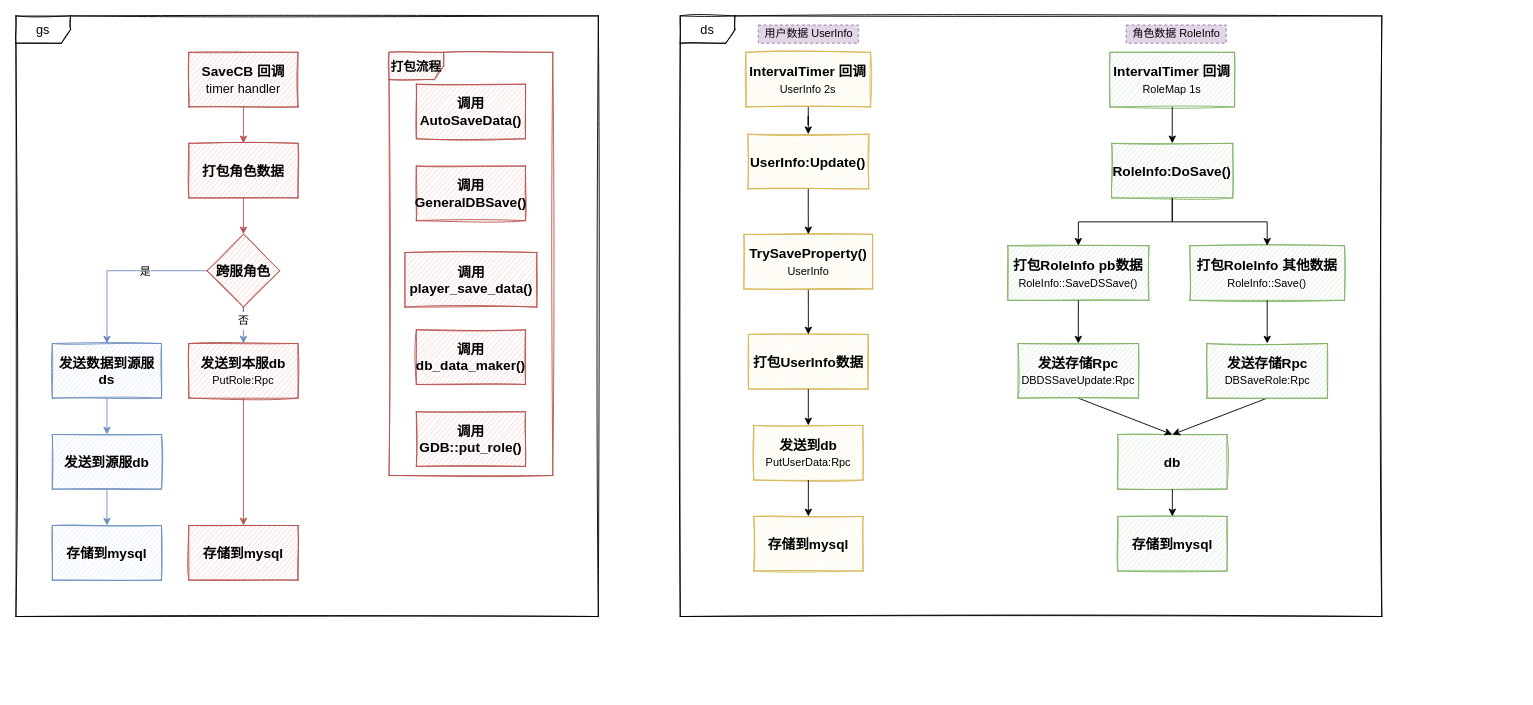
The draw.io diagram page "数据存储过程" (12 of 13) of i-server.drawio in hsoul/lqua, before the edit. Source tidied: cells renumbered, new cells numbered last; positions are measured from the earlier drawing's top-left corner, leaving out a move shared by most shapes. Both pictures are drawn from the tidied source at 91%, with x=0, y=0 at pixel (15, 15).
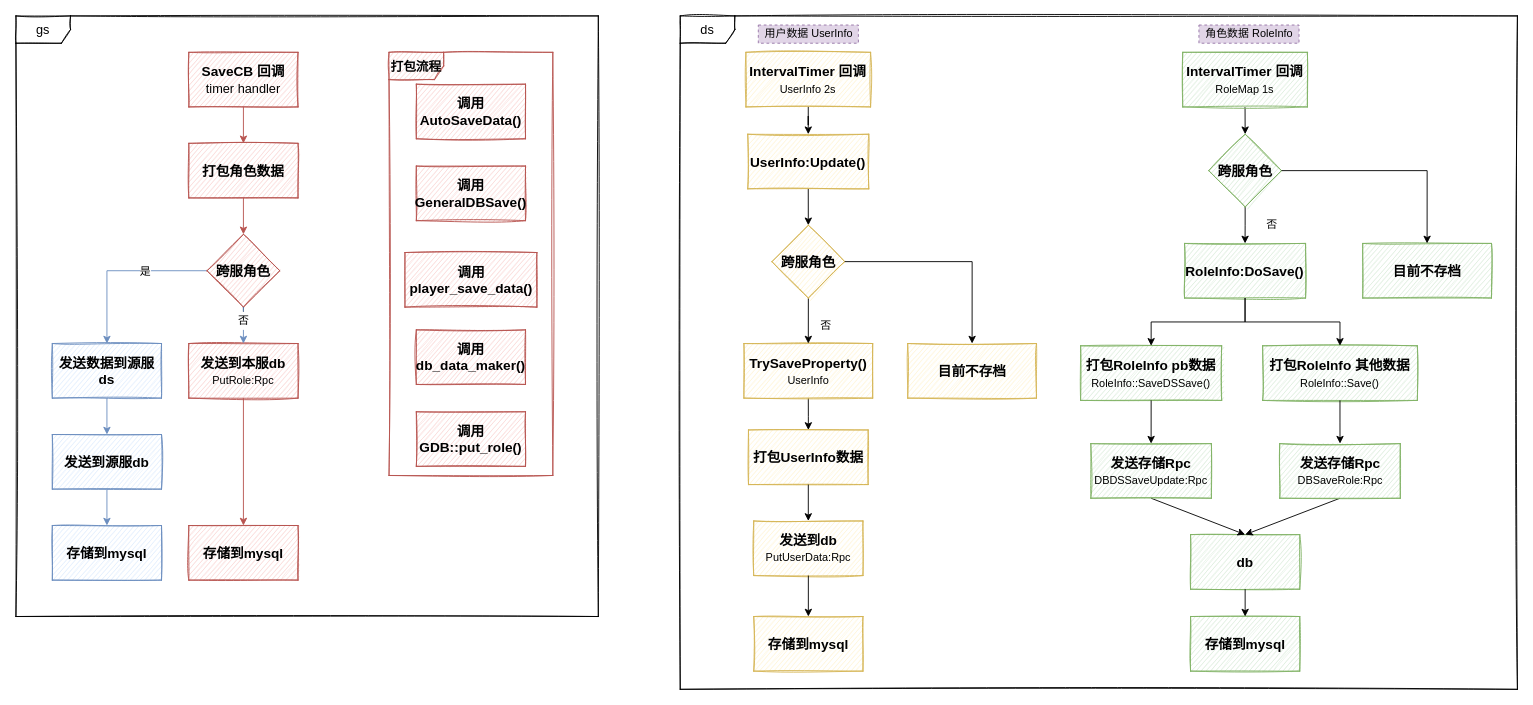
After the change.

Unchanged cells that the change refers to:
```xml
<mxCell id="32" value="IntervalTimer 回调&lt;br&gt;&lt;span style=&quot;font-weight: normal&quot;&gt;&lt;font style=&quot;font-size: 12px&quot;&gt;RoleMap 1s&lt;/font&gt;&lt;/span&gt;" style="rounded=0;whiteSpace=wrap;html=1;fontSize=15;fontStyle=1;sketch=1;fillColor=#d5e8d4;strokeColor=#82b366;" parent="31" vertex="1">
  <mxGeometry x="112.2" width="137" height="60" as="geometry" />
</mxCell>
<mxCell id="49" style="group;sketch=0;" parent="1" vertex="1">
  <mxGeometry x="800" y="40" width="141.5" height="570" as="geometry" />
</mxCell>
<mxCell id="51" value="UserInfo:Update()" style="rounded=0;whiteSpace=wrap;html=1;fontSize=15;fontStyle=1;sketch=1;fillColor=#fff2cc;strokeColor=#d6b656;" parent="49" vertex="1">
  <mxGeometry x="4.2" y="90" width="133" height="60" as="geometry" />
</mxCell>
```

Diff of the diagram source:
```diff
@@
     <mxCell id="2" value="ds" style="shape=umlFrame;whiteSpace=wrap;html=1;fontSize=14;sketch=1;" parent="1" vertex="1">
-      <mxGeometry x="730" width="771" height="660" as="geometry" />
+      <mxGeometry x="730" width="920" height="740" as="geometry" />
     </mxCell>
@@
     <mxCell id="31" style="group;" parent="1" vertex="1">
-      <mxGeometry x="1090" y="40" width="370" height="570" as="geometry" />
+      <mxGeometry x="1170" y="40" width="370" height="570" as="geometry" />
     </mxCell>
+    <mxCell id="64" style="edgeStyle=orthogonalEdgeStyle;rounded=0;sketch=0;jettySize=auto;html=1;exitX=0.5;exitY=1;exitDx=0;exitDy=0;entryX=0.5;entryY=0;entryDx=0;entryDy=0;fontSize=12;startArrow=none;startFill=0;endArrow=classic;endFill=1;align=center;" parent="31" edge="1" source="32" target="66">
+      <mxGeometry relative="1" as="geometry" />
+    </mxCell>
@@
     <mxCell id="33" value="RoleInfo:DoSave()" style="rounded=0;whiteSpace=wrap;html=1;fontSize=15;fontStyle=1;sketch=1;fillColor=#d5e8d4;strokeColor=#82b366;" parent="31" vertex="1">
-      <mxGeometry x="114.2" y="100" width="133" height="60" as="geometry" />
+      <mxGeometry x="114.2" y="210" width="133" height="60" as="geometry" />
     </mxCell>
-    <mxCell id="34" style="edgeStyle=orthogonalEdgeStyle;rounded=0;sketch=0;jettySize=auto;html=1;exitX=0.5;exitY=1;exitDx=0;exitDy=0;fontSize=12;startArrow=none;startFill=0;endArrow=classic;endFill=1;" parent="31" edge="1" source="32" target="33">
-      <mxGeometry relative="1" as="geometry" />
-    </mxCell>
     <mxCell id="35" value="打包RoleInfo pb数据&lt;br&gt;&lt;span style=&quot;font-weight: normal&quot;&gt;&lt;font style=&quot;font-size: 12px&quot;&gt;RoleInfo::SaveDSSave()&lt;/font&gt;&lt;/span&gt;" style="rounded=0;whiteSpace=wrap;html=1;fontSize=15;fontStyle=1;sketch=1;fillColor=#d5e8d4;strokeColor=#82b366;" parent="31" vertex="1">
-      <mxGeometry y="212.5" width="155" height="60" as="geometry" />
+      <mxGeometry y="322.5" width="155" height="60" as="geometry" />
     </mxCell>
@@
     <mxCell id="38" value="db" style="rounded=0;whiteSpace=wrap;html=1;fontSize=15;fontStyle=1;sketch=1;fillColor=#d5e8d4;strokeColor=#82b366;" parent="31" vertex="1">
-      <mxGeometry x="120.8" y="420" width="120" height="60" as="geometry" />
+      <mxGeometry x="120.8" y="530" width="120" height="60" as="geometry" />
     </mxCell>
     <mxCell id="39" value="打包RoleInfo 其他数据&lt;br&gt;&lt;span style=&quot;font-weight: normal&quot;&gt;&lt;font style=&quot;font-size: 12px&quot;&gt;RoleInfo::Save()&lt;/font&gt;&lt;/span&gt;" style="rounded=0;whiteSpace=wrap;html=1;fontSize=15;fontStyle=1;sketch=1;fillColor=#d5e8d4;strokeColor=#82b366;" parent="31" vertex="1">
-      <mxGeometry x="200" y="212.5" width="170" height="60" as="geometry" />
+      <mxGeometry x="200" y="322.5" width="170" height="60" as="geometry" />
     </mxCell>
@@
     <mxCell id="42" value="发送存储Rpc&lt;br&gt;&lt;font style=&quot;font-size: 12px ; font-weight: normal&quot;&gt;DBDSSaveUpdate:Rpc&lt;/font&gt;" style="rounded=0;whiteSpace=wrap;html=1;fontSize=15;fontStyle=1;sketch=1;fillColor=#d5e8d4;strokeColor=#82b366;" parent="31" vertex="1">
-      <mxGeometry x="11.2" y="320" width="132.5" height="60" as="geometry" />
+      <mxGeometry x="11.2" y="430" width="132.5" height="60" as="geometry" />
     </mxCell>
@@
     <mxCell id="45" value="发送存储Rpc&lt;br&gt;&lt;font style=&quot;font-size: 12px ; font-weight: normal&quot;&gt;DBSaveRole:Rpc&lt;/font&gt;" style="rounded=0;whiteSpace=wrap;html=1;fontSize=15;fontStyle=1;sketch=1;fillColor=#d5e8d4;strokeColor=#82b366;" parent="31" vertex="1">
-      <mxGeometry x="218.8" y="320" width="132.5" height="60" as="geometry" />
+      <mxGeometry x="218.8" y="430" width="132.5" height="60" as="geometry" />
     </mxCell>
@@
     <mxCell id="47" value="存储到mysql" style="rounded=0;whiteSpace=wrap;html=1;fontSize=15;fontStyle=1;sketch=1;fillColor=#d5e8d4;strokeColor=#82b366;" parent="31" vertex="1">
-      <mxGeometry x="120.8" y="510" width="120" height="60" as="geometry" />
+      <mxGeometry x="120.8" y="620" width="120" height="60" as="geometry" />
     </mxCell>
@@
+    <mxCell id="65" style="edgeStyle=orthogonalEdgeStyle;rounded=0;sketch=0;jettySize=auto;html=1;exitX=0.5;exitY=1;exitDx=0;exitDy=0;entryX=0.5;entryY=0;entryDx=0;entryDy=0;fontSize=12;startArrow=none;startFill=0;endArrow=classic;endFill=1;align=center;" parent="31" edge="1" source="66" target="33">
+      <mxGeometry relative="1" as="geometry" />
+    </mxCell>
+    <mxCell id="66" value="跨服角色" style="rhombus;whiteSpace=wrap;html=1;strokeColor=#82b366;fontSize=15;fontStyle=1;sketch=1;fillColor=#d5e8d4;" parent="31" vertex="1">
+      <mxGeometry x="140.8" y="90" width="80" height="80" as="geometry" />
+    </mxCell>
@@
+    <mxCell id="67" style="edgeStyle=none;rounded=0;sketch=0;jettySize=auto;html=1;exitX=0.5;exitY=1;exitDx=0;exitDy=0;fontSize=12;startArrow=none;startFill=0;endArrow=classic;endFill=1;align=center;" parent="49" edge="1" source="51" target="69">
+      <mxGeometry relative="1" as="geometry" />
+    </mxCell>
@@
     <mxCell id="53" value="打包UserInfo数据" style="rounded=0;whiteSpace=wrap;html=1;fontSize=15;fontStyle=1;sketch=1;fillColor=#fff2cc;strokeColor=#d6b656;" parent="49" vertex="1">
-      <mxGeometry x="5" y="310" width="131.5" height="60" as="geometry" />
+      <mxGeometry x="5" y="415" width="131.5" height="60" as="geometry" />
     </mxCell>
@@
     <mxCell id="55" value="TrySaveProperty()&lt;br&gt;&lt;span style=&quot;font-weight: normal&quot;&gt;&lt;font style=&quot;font-size: 12px&quot;&gt;UserInfo&lt;/font&gt;&lt;/span&gt;" style="rounded=0;whiteSpace=wrap;html=1;fontSize=15;fontStyle=1;sketch=1;fillColor=#fff2cc;strokeColor=#d6b656;" parent="49" vertex="1">
-      <mxGeometry y="200" width="141.5" height="60" as="geometry" />
+      <mxGeometry y="320" width="141.5" height="60" as="geometry" />
     </mxCell>
-    <mxCell id="56" style="edgeStyle=orthogonalEdgeStyle;rounded=0;sketch=0;jettySize=auto;html=1;exitX=0.5;exitY=1;exitDx=0;exitDy=0;entryX=0.5;entryY=0;entryDx=0;entryDy=0;fontSize=12;startArrow=none;startFill=0;endArrow=classic;endFill=1;" parent="49" edge="1" source="51" target="55">
-      <mxGeometry relative="1" as="geometry" />
-    </mxCell>
@@
     <mxCell id="58" value="发送到db&lt;br&gt;&lt;font style=&quot;font-size: 12px ; font-weight: normal&quot;&gt;PutUserData:Rpc&lt;/font&gt;" style="rounded=0;whiteSpace=wrap;html=1;fontSize=15;fontStyle=1;sketch=1;fillColor=#fff2cc;strokeColor=#d6b656;" parent="49" vertex="1">
-      <mxGeometry x="10.8" y="410" width="120" height="60" as="geometry" />
+      <mxGeometry x="10.8" y="515" width="120" height="60" as="geometry" />
     </mxCell>
@@
+    <mxCell id="68" style="edgeStyle=none;rounded=0;sketch=0;jettySize=auto;html=1;exitX=0.5;exitY=1;exitDx=0;exitDy=0;entryX=0.5;entryY=0;entryDx=0;entryDy=0;fontSize=12;startArrow=none;startFill=0;endArrow=classic;endFill=1;align=center;" parent="49" edge="1" source="69" target="55">
+      <mxGeometry relative="1" as="geometry" />
+    </mxCell>
+    <mxCell id="69" value="跨服角色" style="rhombus;whiteSpace=wrap;html=1;strokeColor=#d6b656;fontSize=15;fontStyle=1;sketch=1;fillColor=#fff2cc;" parent="49" vertex="1">
+      <mxGeometry x="30.8" y="190" width="80" height="80" as="geometry" />
+    </mxCell>
+    <mxCell id="62" value="用户数据 UserInfo" style="text;html=1;align=center;verticalAlign=middle;fontSize=12;dashed=1;strokeColor=#9673a6;fillColor=#e1d5e7;" parent="1" vertex="1">
+      <mxGeometry x="815.8" y="10" width="110" height="20" as="geometry" />
+    </mxCell>
+    <mxCell id="63" value="角色数据 RoleInfo" style="text;html=1;align=center;verticalAlign=middle;fontSize=12;dashed=1;strokeColor=#9673a6;fillColor=#e1d5e7;" parent="1" vertex="1">
+      <mxGeometry x="1300" y="10" width="110" height="20" as="geometry" />
+    </mxCell>
+    <mxCell id="70" value="否" style="text;html=1;align=center;verticalAlign=middle;strokeColor=none;fontSize=12;" parent="1" vertex="1">
+      <mxGeometry x="875" y="330" width="30" height="20" as="geometry" />
+    </mxCell>
+    <mxCell id="71" style="edgeStyle=orthogonalEdgeStyle;rounded=0;sketch=0;jettySize=auto;html=1;exitX=1;exitY=0.5;exitDx=0;exitDy=0;fontSize=12;startArrow=none;startFill=0;endArrow=classic;endFill=1;align=center;entryX=0.5;entryY=0;entryDx=0;entryDy=0;" parent="1" edge="1" source="69" target="72">
+      <mxGeometry relative="1" as="geometry" />
+    </mxCell>
+    <mxCell id="72" value="目前不存档" style="rounded=0;whiteSpace=wrap;html=1;fontSize=15;fontStyle=1;sketch=1;fillColor=#fff2cc;strokeColor=#d6b656;" parent="1" vertex="1">
+      <mxGeometry x="980" y="360" width="141.5" height="60" as="geometry" />
+    </mxCell>
-    <mxCell id="60" value="存储到mysql" style="rounded=0;whiteSpace=wrap;html=1;fontSize=15;fontStyle=1;sketch=1;fillColor=#fff2cc;strokeColor=#d6b656;" parent="49" vertex="1">
-      <mxGeometry x="10.8" y="510" width="120" height="60" as="geometry" />
+    <mxCell id="60" value="存储到mysql" style="rounded=0;whiteSpace=wrap;html=1;fontSize=15;fontStyle=1;sketch=1;fillColor=#fff2cc;strokeColor=#d6b656;" parent="1" vertex="1">
+      <mxGeometry x="810.8" y="660" width="120" height="60" as="geometry" />
     </mxCell>
-    <mxCell id="61" style="edgeStyle=orthogonalEdgeStyle;rounded=0;sketch=0;jettySize=auto;html=1;exitX=0.5;exitY=1;exitDx=0;exitDy=0;entryX=0.5;entryY=0;entryDx=0;entryDy=0;fontSize=12;startArrow=none;startFill=0;endArrow=classic;endFill=1;" parent="49" edge="1" source="58" target="60">
+    <mxCell id="61" style="edgeStyle=orthogonalEdgeStyle;rounded=0;sketch=0;jettySize=auto;html=1;exitX=0.5;exitY=1;exitDx=0;exitDy=0;entryX=0.5;entryY=0;entryDx=0;entryDy=0;fontSize=12;startArrow=none;startFill=0;endArrow=classic;endFill=1;" parent="1" edge="1" source="58" target="60">
       <mxGeometry relative="1" as="geometry" />
     </mxCell>
-    <mxCell id="62" value="用户数据 UserInfo" style="text;html=1;align=center;verticalAlign=middle;fontSize=12;dashed=1;strokeColor=#9673a6;fillColor=#e1d5e7;" parent="1" vertex="1">
-      <mxGeometry x="815.8" y="10" width="110" height="20" as="geometry" />
-    </mxCell>
-    <mxCell id="63" value="角色数据 RoleInfo" style="text;html=1;align=center;verticalAlign=middle;fontSize=12;dashed=1;strokeColor=#9673a6;fillColor=#e1d5e7;" parent="1" vertex="1">
-      <mxGeometry x="1220" y="10" width="110" height="20" as="geometry" />
-    </mxCell>
+    <mxCell id="73" value="否" style="text;html=1;align=center;verticalAlign=middle;strokeColor=none;fontSize=12;" parent="1" vertex="1">
+      <mxGeometry x="1365" y="220" width="30" height="20" as="geometry" />
+    </mxCell>
+    <mxCell id="74" value="目前不存档" style="rounded=0;whiteSpace=wrap;html=1;fontSize=15;fontStyle=1;sketch=1;fillColor=#d5e8d4;strokeColor=#82b366;" parent="1" vertex="1">
+      <mxGeometry x="1480" y="250" width="141.5" height="60" as="geometry" />
+    </mxCell>
+    <mxCell id="75" style="edgeStyle=orthogonalEdgeStyle;rounded=0;sketch=0;jettySize=auto;html=1;exitX=1;exitY=0.5;exitDx=0;exitDy=0;entryX=0.5;entryY=0;entryDx=0;entryDy=0;fontSize=12;startArrow=none;startFill=0;endArrow=classic;endFill=1;align=center;" parent="1" edge="1" source="66" target="74">
+      <mxGeometry relative="1" as="geometry" />
+    </mxCell>
```
